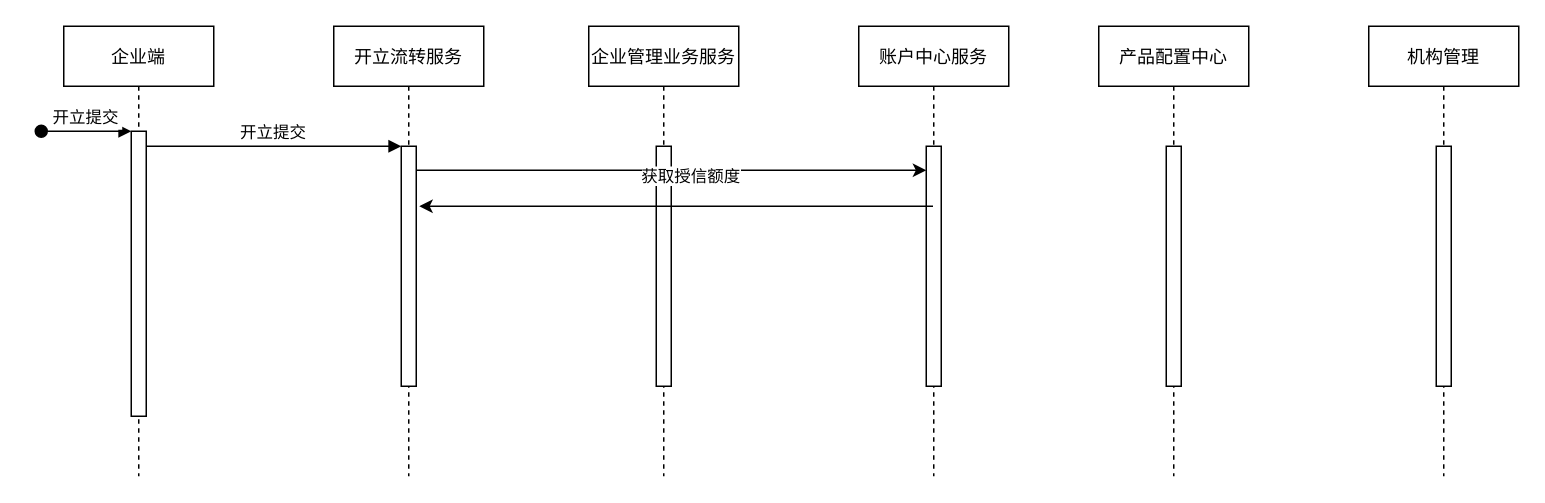
Above: Untitled Diagram.drawio in sun457990794/andy (draw.io), before the change. Source tidied: cells renumbered, new cells numbered last; positions are measured from the earlier drawing's top-left corner, leaving out a move shared by most shapes. Both pictures are drawn from the tidied source at 150%, with x=0, y=0 at pixel (40, 26).
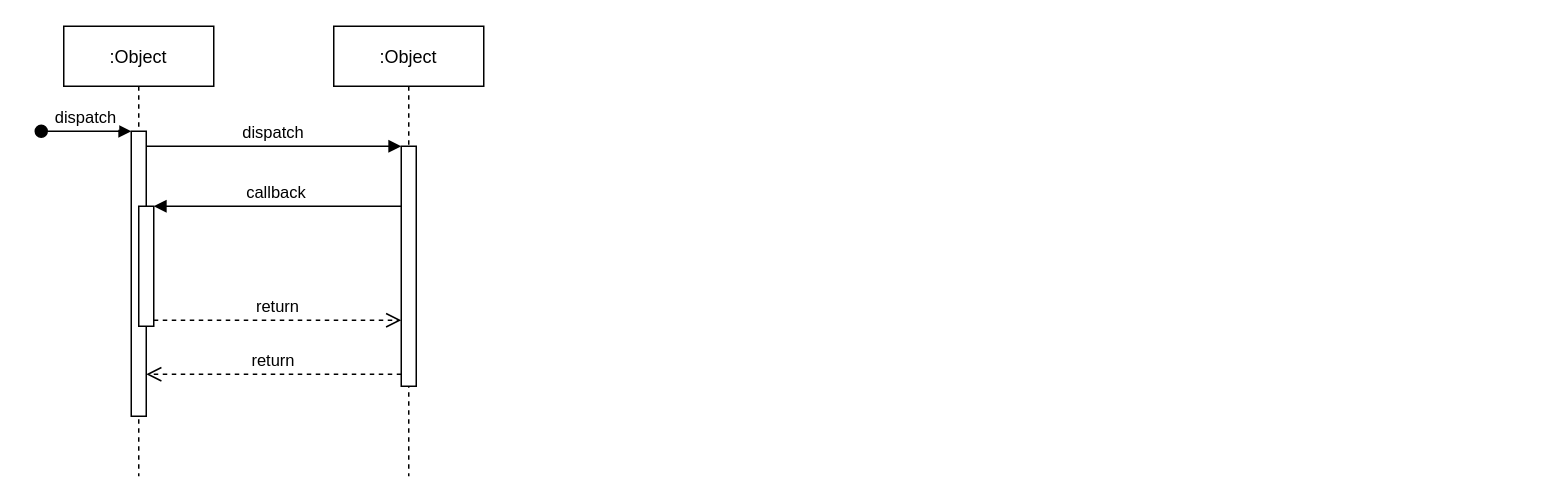
The same diagram, later.

Diff of the diagram source:
```diff
@@
 <mxGraphModel>
   <root>
     <mxCell id="0" />
     <mxCell id="1" parent="0" />
-    <mxCell id="2" value="企业端" style="shape=umlLifeline;perimeter=lifelinePerimeter;rounded=0;shadow=0;strokeWidth=1;" parent="1" vertex="1">
+    <mxCell id="2" value=":Object" style="shape=umlLifeline;perimeter=lifelinePerimeter;rounded=0;shadow=0;strokeWidth=1;" parent="1" vertex="1">
       <mxGeometry x="15" width="100" height="300" as="geometry" />
     </mxCell>
     <mxCell id="3" style="points=[];perimeter=orthogonalPerimeter;rounded=0;shadow=0;strokeWidth=1;" parent="2" vertex="1">
       <mxGeometry x="45" y="70" width="10" height="190" as="geometry" />
     </mxCell>
-    <mxCell id="4" value="开立提交" style="verticalAlign=bottom;startArrow=oval;endArrow=block;startSize=8;shadow=0;strokeWidth=1;" parent="2" edge="1" target="3">
+    <mxCell id="4" value="dispatch" style="verticalAlign=bottom;startArrow=oval;endArrow=block;startSize=8;shadow=0;strokeWidth=1;" parent="2" edge="1" target="3">
       <mxGeometry relative="1" as="geometry">
         <mxPoint x="-15" y="70" as="sourcePoint" />
       </mxGeometry>
     </mxCell>
+    <mxCell id="19" style="points=[];perimeter=orthogonalPerimeter;rounded=0;shadow=0;strokeWidth=1;" parent="2" vertex="1">
+      <mxGeometry x="50" y="120" width="10" height="80" as="geometry" />
+    </mxCell>
-    <mxCell id="5" value="开立流转服务" style="shape=umlLifeline;perimeter=lifelinePerimeter;rounded=0;shadow=0;strokeWidth=1;" parent="1" vertex="1">
+    <mxCell id="5" value=":Object" style="shape=umlLifeline;perimeter=lifelinePerimeter;rounded=0;shadow=0;strokeWidth=1;" parent="1" vertex="1">
       <mxGeometry x="195" width="100" height="300" as="geometry" />
     </mxCell>
     <mxCell id="6" style="points=[];perimeter=orthogonalPerimeter;rounded=0;shadow=0;strokeWidth=1;" parent="5" vertex="1">
       <mxGeometry x="45" y="80" width="10" height="160" as="geometry" />
     </mxCell>
+    <mxCell id="20" value="return" style="verticalAlign=bottom;endArrow=open;dashed=1;endSize=8;exitX=0;exitY=0.95;shadow=0;strokeWidth=1;" parent="1" edge="1" source="6" target="3">
+      <mxGeometry relative="1" as="geometry" />
+    </mxCell>
-    <mxCell id="7" value="开立提交" style="verticalAlign=bottom;endArrow=block;entryX=0;entryY=0;shadow=0;strokeWidth=1;" parent="1" edge="1" source="3" target="6">
+    <mxCell id="7" value="dispatch" style="verticalAlign=bottom;endArrow=block;entryX=0;entryY=0;shadow=0;strokeWidth=1;" parent="1" edge="1" source="3" target="6">
       <mxGeometry relative="1" as="geometry" />
     </mxCell>
-    <mxCell id="8" value="企业管理业务服务" style="shape=umlLifeline;perimeter=lifelinePerimeter;rounded=0;shadow=0;strokeWidth=1;" parent="1" vertex="1">
-      <mxGeometry x="365" width="100" height="300" as="geometry" />
-    </mxCell>
-    <mxCell id="9" style="perimeter=orthogonalPerimeter;rounded=0;shadow=0;strokeWidth=1;" parent="8" vertex="1">
-      <mxGeometry x="45" y="80" width="10" height="160" as="geometry" />
-    </mxCell>
-    <mxCell id="10" value="账户中心服务" style="shape=umlLifeline;perimeter=lifelinePerimeter;rounded=0;shadow=0;strokeWidth=1;" parent="1" vertex="1">
-      <mxGeometry x="545" width="100" height="300" as="geometry" />
-    </mxCell>
-    <mxCell id="11" style="points=[];perimeter=orthogonalPerimeter;rounded=0;shadow=0;strokeWidth=1;" parent="10" vertex="1">
-      <mxGeometry x="45" y="80" width="10" height="160" as="geometry" />
-    </mxCell>
-    <mxCell id="12" value="产品配置中心" style="shape=umlLifeline;perimeter=lifelinePerimeter;rounded=0;shadow=0;strokeWidth=1;" parent="1" vertex="1">
-      <mxGeometry x="705" width="100" height="300" as="geometry" />
-    </mxCell>
-    <mxCell id="13" style="perimeter=orthogonalPerimeter;rounded=0;shadow=0;strokeWidth=1;" parent="12" vertex="1">
-      <mxGeometry x="45" y="80" width="10" height="160" as="geometry" />
-    </mxCell>
-    <mxCell id="14" value="机构管理" style="shape=umlLifeline;perimeter=lifelinePerimeter;rounded=0;shadow=0;strokeWidth=1;" parent="1" vertex="1">
-      <mxGeometry x="885" width="100" height="300" as="geometry" />
-    </mxCell>
-    <mxCell id="15" style="perimeter=orthogonalPerimeter;rounded=0;shadow=0;strokeWidth=1;" parent="14" vertex="1">
-      <mxGeometry x="45" y="80" width="10" height="160" as="geometry" />
-    </mxCell>
-    <mxCell id="16" style="edgeStyle=orthogonalEdgeStyle;rounded=0;jettySize=auto;html=1;exitX=1;exitY=0.1;exitDx=0;exitDy=0;exitPerimeter=0;entryX=0;entryY=0.1;entryDx=0;entryDy=0;entryPerimeter=0;" parent="1" edge="1" source="6" target="11">
-      <mxGeometry relative="1" as="geometry" />
-    </mxCell>
-    <mxCell id="17" value="获取授信额度" style="edgeLabel;html=1;align=center;verticalAlign=middle;" parent="16" vertex="1">
-      <mxGeometry x="0.07" y="-3" relative="1" as="geometry" />
-    </mxCell>
-    <mxCell id="18" style="endArrow=classic;html=1;rounded=0;entryX=1.2;entryY=0.25;entryDx=0;entryDy=0;entryPerimeter=0;" parent="1" edge="1" source="10" target="6">
-      <mxGeometry relative="1" as="geometry" />
-    </mxCell>
+    <mxCell id="21" value="callback" style="verticalAlign=bottom;endArrow=block;entryX=1;entryY=0;shadow=0;strokeWidth=1;" parent="1" edge="1" source="6" target="19">
+      <mxGeometry relative="1" as="geometry" />
+    </mxCell>
+    <mxCell id="22" value="return" style="verticalAlign=bottom;endArrow=open;dashed=1;endSize=8;exitX=1;exitY=0.95;shadow=0;strokeWidth=1;" parent="1" edge="1" source="19" target="6">
+      <mxGeometry relative="1" as="geometry" />
+    </mxCell>
   </root>
 </mxGraphModel>
```
